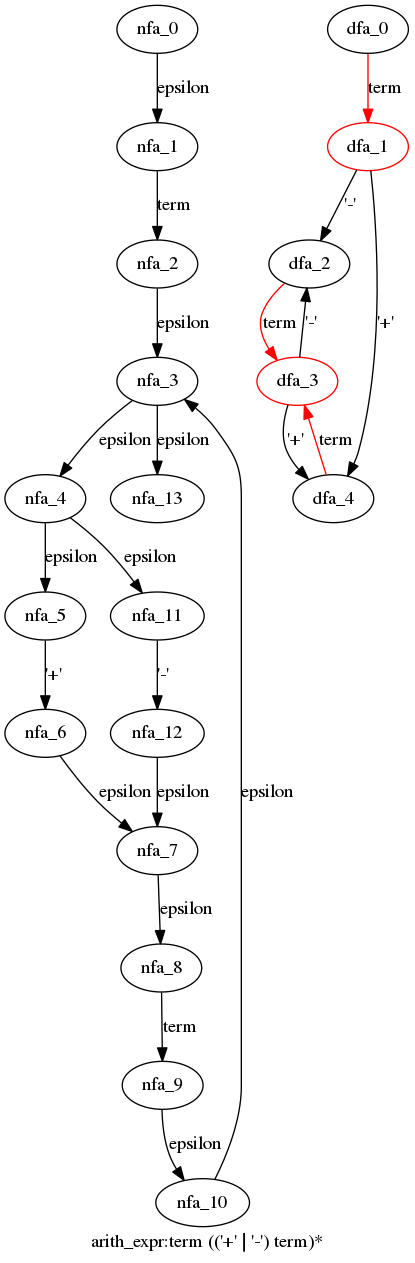
Before: cpython/grammar/handwrite/nfa_dfas/64.arith_expr.dot.png, a diagram exported from Graphviz (WinChua/blog). Its source is kept beside it as cpython/grammar/handwrite/nfa_dfas/64.arith_expr.dot. Source of this version:
```dot
digraph arith_expr {
 graph[label="arith_expr:term (('+' | '-') term)*"]
 subgraph arith_expr_nfa {
  nfa_0->nfa_1[label="epsilon"]
  nfa_1->nfa_2[label="term"]
  nfa_2->nfa_3[label="epsilon"]
  nfa_3->nfa_4[label="epsilon"]
  nfa_4->nfa_5[label="epsilon"]
  nfa_5->nfa_6[label="'+'"]
  nfa_6->nfa_7[label="epsilon"]
  nfa_7->nfa_8[label="epsilon"]
  nfa_8->nfa_9[label="term"]
  nfa_9->nfa_10[label="epsilon"]
  nfa_10->nfa_3[label="epsilon"]
  nfa_4->nfa_11[label="epsilon"]
  nfa_11->nfa_12[label="'-'"]
  nfa_12->nfa_7[label="epsilon"]
  nfa_3->nfa_13[label="epsilon"]
  }
 subgraph arith_expr_dfa {
  dfa_0->dfa_1[label="term",color=red]
  dfa_1->dfa_2[label="'-'"]
  dfa_2->dfa_3[label="term",color=red]
  dfa_3->dfa_2[label="'-'"]
  dfa_3->dfa_4[label="'+'"]
  dfa_4->dfa_3[label="term",color=red]
  dfa_1->dfa_4[label="'+'"]
  dfa_1[color=red]
  dfa_3[color=red]
  }
}
```
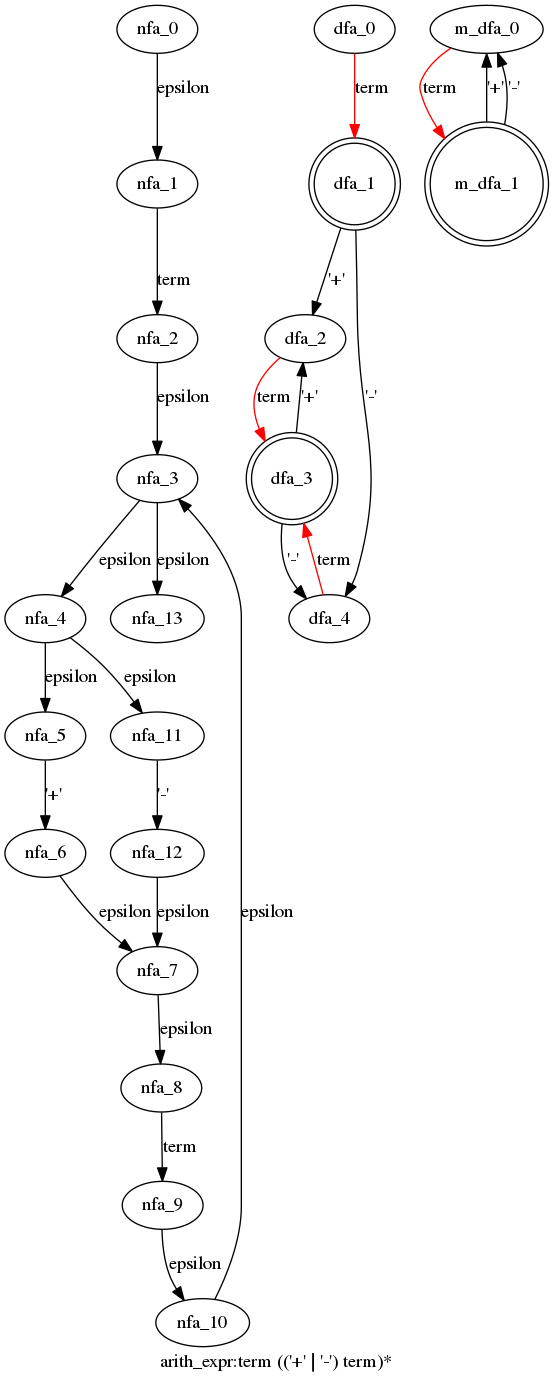
The same file after the commit.

The edit, as a diff of the source:
```diff
@@ -19,13 +19,19 @@
   }
  subgraph arith_expr_dfa {
   dfa_0->dfa_1[label="term",color=red]
-  dfa_1->dfa_2[label="'-'"]
+  dfa_1->dfa_2[label="'+'"]
   dfa_2->dfa_3[label="term",color=red]
-  dfa_3->dfa_2[label="'-'"]
-  dfa_3->dfa_4[label="'+'"]
+  dfa_3->dfa_2[label="'+'"]
+  dfa_3->dfa_4[label="'-'"]
   dfa_4->dfa_3[label="term",color=red]
-  dfa_1->dfa_4[label="'+'"]
-  dfa_1[color=red]
-  dfa_3[color=red]
+  dfa_1->dfa_4[label="'-'"]
+  dfa_1[shape=doublecircle]
+  dfa_3[shape=doublecircle]
+  }
+ subgraph arith_expr_m_dfa {
+  m_dfa_0->m_dfa_1[label="term",color=red]
+  m_dfa_1->m_dfa_0[label="'+'"]
+  m_dfa_1->m_dfa_0[label="'-'"]
+  m_dfa_1[shape=doublecircle]
   }
 }
```
